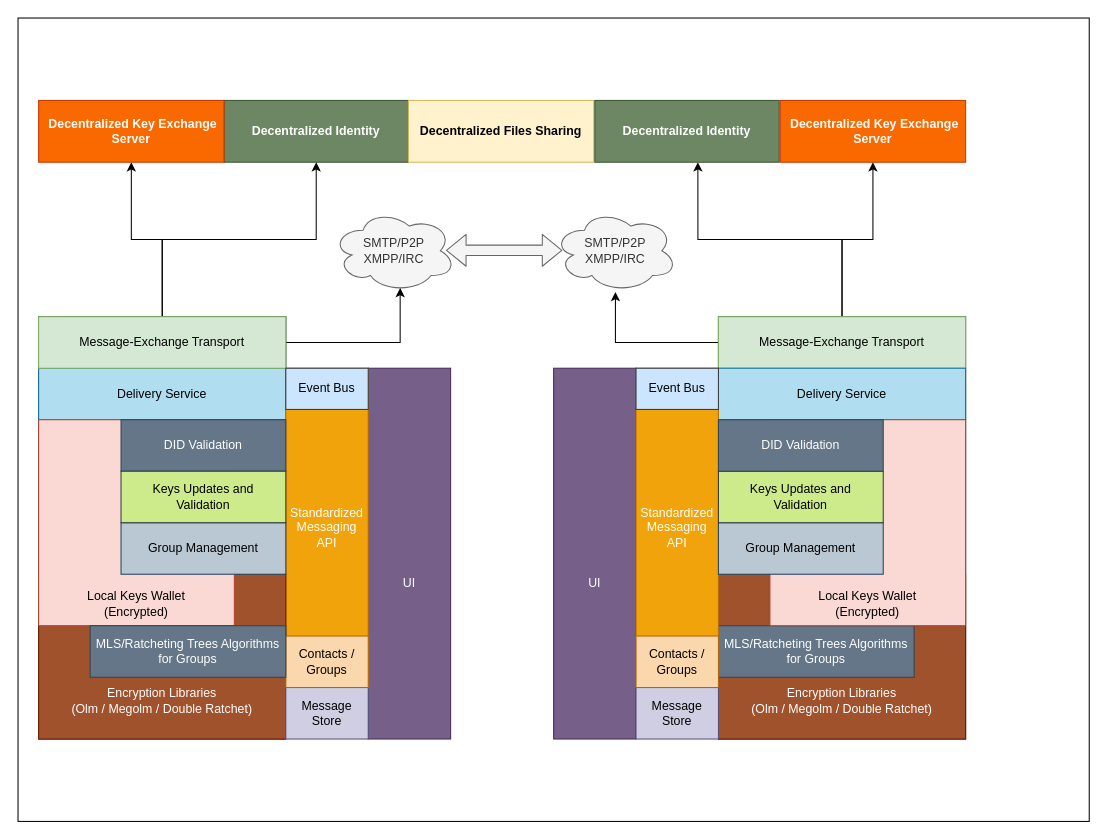
Above: page "layers" (4 of 4) of Messaging end-to-end.drawio in bhatti/Aeron (draw.io), before the change. Source tidied: cells renumbered, new cells numbered last; positions are measured from the earlier drawing's top-left corner, leaving out a move shared by most shapes. Both pictures are drawn from the tidied source at 103%, with x=0, y=0 at pixel (18, 18).
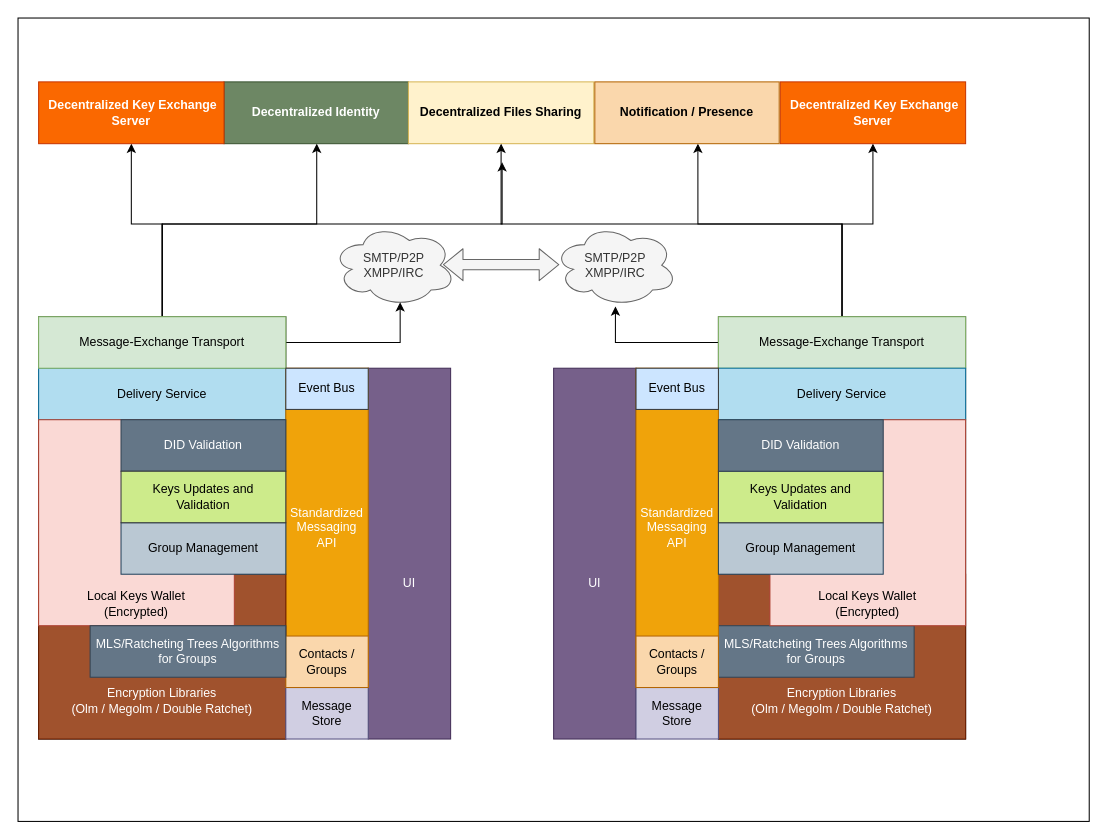
Above is the later version.

The change refers to these unchanged cells:
```xml
<mxCell id="16" value="Message-Exchange Transport" style="rounded=0;whiteSpace=wrap;html=1;fillColor=#d5e8d4;strokeColor=#82b366;" parent="1" vertex="1">
  <mxGeometry x="680" y="290" width="240" height="50" as="geometry" />
</mxCell>
<mxCell id="21" value="Message-Exchange Transport" style="rounded=0;whiteSpace=wrap;html=1;fillColor=#d5e8d4;strokeColor=#82b366;" parent="1" vertex="1">
  <mxGeometry x="20" y="290" width="240" height="50" as="geometry" />
</mxCell>
```

Change to the diagram source:
```diff
@@
     <mxCell id="5" value="&lt;b&gt;Decentralized Identity&lt;/b&gt;" style="rounded=0;whiteSpace=wrap;html=1;fillColor=#6d8764;strokeColor=#3A5431;fontColor=#ffffff;" parent="1" vertex="1">
-      <mxGeometry x="200" y="80" width="179" height="60" as="geometry" />
+      <mxGeometry x="200" y="62" width="179" height="60" as="geometry" />
     </mxCell>
     <mxCell id="6" value="&lt;b&gt;Decentralized Files Sharing&lt;br&gt;&lt;/b&gt;" style="rounded=0;whiteSpace=wrap;html=1;fillColor=#fff2cc;strokeColor=#d6b656;" parent="1" vertex="1">
-      <mxGeometry x="379" y="80" width="180" height="60" as="geometry" />
+      <mxGeometry x="379" y="62" width="180" height="60" as="geometry" />
     </mxCell>
     <mxCell id="7" value="&lt;b&gt;&amp;nbsp;Decentralized Key Exchange&lt;br&gt;Server&lt;/b&gt;" style="rounded=0;whiteSpace=wrap;html=1;fillColor=#fa6800;strokeColor=#C73500;fontColor=#ffffff;" parent="1" vertex="1">
-      <mxGeometry x="740" y="80" width="180" height="60" as="geometry" />
+      <mxGeometry x="740" y="62" width="180" height="60" as="geometry" />
     </mxCell>
     <mxCell id="8" value="SMTP/P2P&lt;br&gt;XMPP/IRC" style="ellipse;shape=cloud;whiteSpace=wrap;html=1;fillColor=#f5f5f5;strokeColor=#666666;fontColor=#333333;" parent="1" vertex="1">
-      <mxGeometry x="305" y="186" width="120" height="80" as="geometry" />
+      <mxGeometry x="305" y="200" width="120" height="80" as="geometry" />
     </mxCell>
     <mxCell id="9" value="SMTP/P2P&lt;br&gt;XMPP/IRC" style="ellipse;shape=cloud;whiteSpace=wrap;html=1;fillColor=#f5f5f5;strokeColor=#666666;fontColor=#333333;" parent="1" vertex="1">
-      <mxGeometry x="520" y="186" width="120" height="80" as="geometry" />
+      <mxGeometry x="520" y="200" width="120" height="80" as="geometry" />
     </mxCell>
@@
     <mxCell id="14" style="edgeStyle=orthogonalEdgeStyle;rounded=0;jettySize=auto;html=1;entryX=0.559;entryY=1;entryDx=0;entryDy=0;entryPerimeter=0;" parent="1" edge="1" source="16" target="25">
-      <mxGeometry relative="1" as="geometry" />
+      <mxGeometry relative="1" as="geometry">
+        <Array as="points">
+          <mxPoint x="800" y="200" />
+          <mxPoint x="660" y="200" />
+        </Array>
+      </mxGeometry>
     </mxCell>
     <mxCell id="15" style="edgeStyle=orthogonalEdgeStyle;rounded=0;jettySize=auto;html=1;entryX=0.5;entryY=1;entryDx=0;entryDy=0;" parent="1" edge="1" source="16" target="7">
-      <mxGeometry relative="1" as="geometry" />
+      <mxGeometry relative="1" as="geometry">
+        <Array as="points">
+          <mxPoint x="800" y="200" />
+          <mxPoint x="830" y="200" />
+        </Array>
+      </mxGeometry>
     </mxCell>
+    <mxCell id="45" style="edgeStyle=orthogonalEdgeStyle;rounded=0;jettySize=auto;html=1;endSize=6;" parent="1" edge="1" source="16" target="6">
+      <mxGeometry relative="1" as="geometry">
+        <Array as="points">
+          <mxPoint x="800" y="200" />
+          <mxPoint x="469" y="200" />
+        </Array>
+      </mxGeometry>
+    </mxCell>
@@
     <mxCell id="19" style="edgeStyle=orthogonalEdgeStyle;rounded=0;jettySize=auto;html=1;entryX=0.5;entryY=1;entryDx=0;entryDy=0;" parent="1" edge="1" source="21" target="24">
-      <mxGeometry relative="1" as="geometry" />
+      <mxGeometry relative="1" as="geometry">
+        <Array as="points">
+          <mxPoint x="140" y="200" />
+          <mxPoint x="110" y="200" />
+        </Array>
+      </mxGeometry>
     </mxCell>
     <mxCell id="20" style="edgeStyle=orthogonalEdgeStyle;rounded=0;jettySize=auto;html=1;" parent="1" edge="1" source="21" target="5">
-      <mxGeometry relative="1" as="geometry" />
+      <mxGeometry relative="1" as="geometry">
+        <Array as="points">
+          <mxPoint x="140" y="200" />
+          <mxPoint x="290" y="200" />
+        </Array>
+      </mxGeometry>
     </mxCell>
+    <mxCell id="46" style="edgeStyle=orthogonalEdgeStyle;rounded=0;jettySize=auto;html=1;endSize=6;" parent="1" edge="1" source="21">
+      <mxGeometry relative="1" as="geometry">
+        <mxPoint x="470" y="140" as="targetPoint" />
+        <Array as="points">
+          <mxPoint x="140" y="200" />
+          <mxPoint x="470" y="200" />
+        </Array>
+      </mxGeometry>
+    </mxCell>
@@
     <mxCell id="24" value="&lt;b&gt;&amp;nbsp;Decentralized Key Exchange&lt;br&gt;Server&lt;/b&gt;" style="rounded=0;whiteSpace=wrap;html=1;fillColor=#fa6800;strokeColor=#C73500;fontColor=#ffffff;" parent="1" vertex="1">
-      <mxGeometry x="20" y="80" width="180" height="60" as="geometry" />
+      <mxGeometry x="20" y="62" width="180" height="60" as="geometry" />
     </mxCell>
-    <mxCell id="25" value="&lt;b&gt;Decentralized Identity&lt;/b&gt;" style="rounded=0;whiteSpace=wrap;html=1;fillColor=#6d8764;strokeColor=#3A5431;fontColor=#ffffff;" parent="1" vertex="1">
-      <mxGeometry x="560" y="80" width="179" height="60" as="geometry" />
+    <mxCell id="25" value="&lt;b&gt;Notification / Presence&lt;/b&gt;" style="rounded=0;whiteSpace=wrap;html=1;fillColor=#fad7ac;strokeColor=#b46504;" parent="1" vertex="1">
+      <mxGeometry x="560" y="62" width="179" height="60" as="geometry" />
     </mxCell>
@@
     <mxCell id="44" style="shape=flexArrow;endArrow=classic;startArrow=classic;html=1;endSize=6;fillColor=#f5f5f5;strokeColor=#666666;" parent="1" edge="1">
       <mxGeometry relative="1" as="geometry">
-        <mxPoint x="415.5" y="225.5" as="sourcePoint" />
-        <mxPoint x="528.5" y="225.5" as="targetPoint" />
+        <mxPoint x="412.5" y="239.5" as="sourcePoint" />
+        <mxPoint x="525.5" y="239.5" as="targetPoint" />
       </mxGeometry>
     </mxCell>
```
